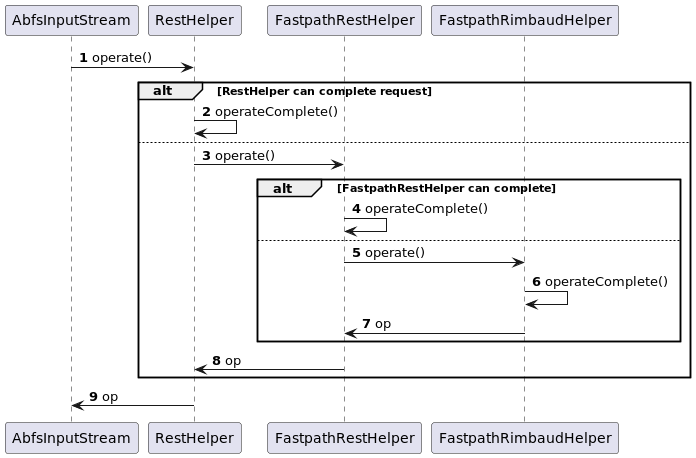
Above: hadoop-tools/hadoop-azure/src/main/resources/diagrams/chainOfResponslity.png in pranavsaxena-microsoft/hadoop (PlantUML), before the change. The source it was exported from:
```plantuml
@startuml

autonumber

AbfsInputStream -> RestHelper: operate()
alt RestHelper can complete request
    RestHelper -> RestHelper: operateComplete()
else
    RestHelper -> FastpathRestHelper: operate()
    alt FastpathRestHelper can complete
        FastpathRestHelper -> FastpathRestHelper: operateComplete()
    else
        FastpathRestHelper -> FastpathRimbaudHelper: operate()
        FastpathRimbaudHelper ->FastpathRimbaudHelper: operateComplete()
        FastpathRimbaudHelper -> FastpathRestHelper: op
    end
    FastpathRestHelper -> RestHelper: op
end
RestHelper -> AbfsInputStream: op
@enduml
```
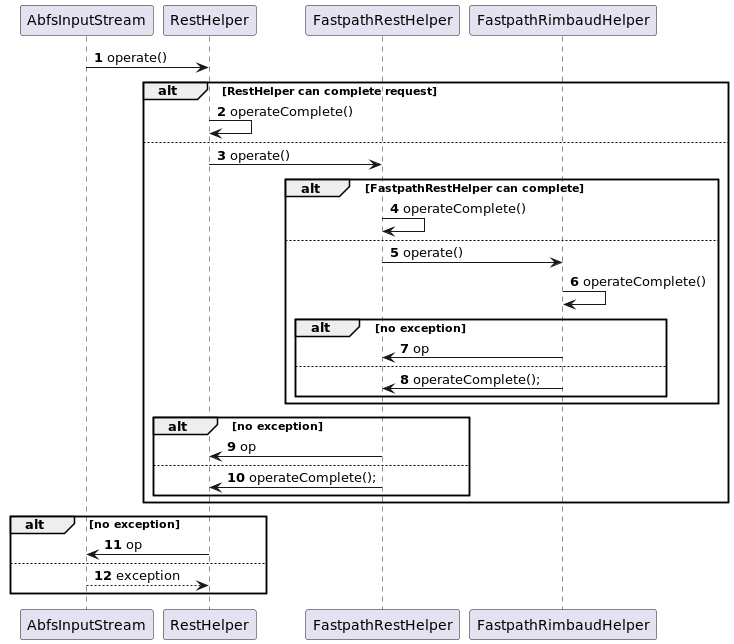
After the change.

Diff of the diagram source:
```diff
@@ -12,9 +12,21 @@
     else
         FastpathRestHelper -> FastpathRimbaudHelper: operate()
         FastpathRimbaudHelper ->FastpathRimbaudHelper: operateComplete()
-        FastpathRimbaudHelper -> FastpathRestHelper: op
+        alt no exception
+            FastpathRimbaudHelper -> FastpathRestHelper: op
+        else
+            FastpathRimbaudHelper -> FastpathRestHelper: operateComplete();
+        end
     end
-    FastpathRestHelper -> RestHelper: op
+    alt no exception
+        FastpathRestHelper -> RestHelper: op
+    else
+        FastpathRestHelper -> RestHelper: operateComplete();
+    end
 end
+alt no exception
 RestHelper -> AbfsInputStream: op
+else
+return exception
+end
 @enduml
```
